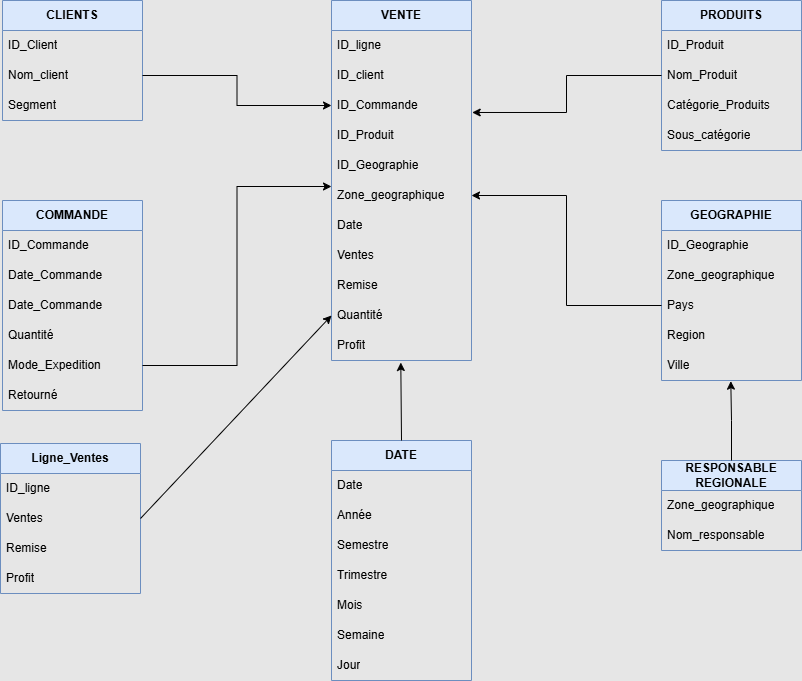
Above: Hypermarket Project/Resources/HypermarketDatamart.drawio.png in christart-code/BI (draw.io), before the change. Source tidied: cells renumbered, new cells last; positions are measured from the earlier drawing's top-left corner, leaving out a move shared by most shapes.
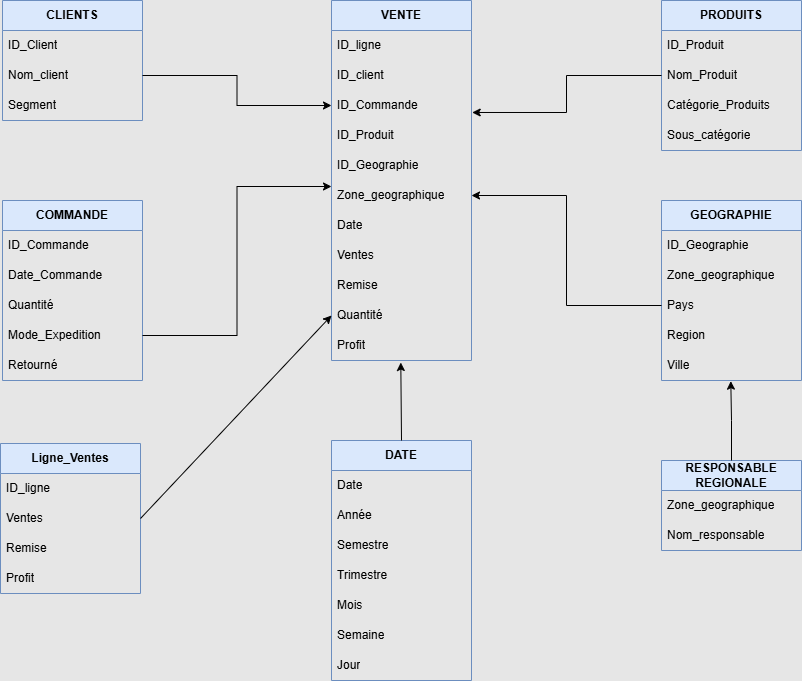
The same diagram one commit later.

Commit message:
Mettre à jour HypermarketDatamart.drawio.png

Change to the diagram source:
```diff
@@ -66,7 +66,7 @@
       <mxGeometry y="120" width="140" height="30" as="geometry" />
     </mxCell>
     <mxCell id="23" value="COMMANDE" style="swimlane;fontStyle=1;horizontal=1;startSize=30;whiteSpace=wrap;html=1;fillColor=#dae8fc;strokeColor=#6c8ebf;" parent="1" vertex="1">
-      <mxGeometry x="2" y="200" width="140" height="210" as="geometry" />
+      <mxGeometry x="2" y="200" width="140" height="180" as="geometry" />
     </mxCell>
     <mxCell id="24" value="ID_Commande" style="text;strokeColor=none;fillColor=none;align=left;verticalAlign=middle;spacingLeft=4;spacingRight=4;overflow=hidden;whiteSpace=wrap;html=1;" parent="23" vertex="1">
       <mxGeometry y="30" width="140" height="30" as="geometry" />
@@ -74,17 +74,14 @@
     <mxCell id="25" value="Date_Commande" style="text;strokeColor=none;fillColor=none;align=left;verticalAlign=middle;spacingLeft=4;spacingRight=4;overflow=hidden;whiteSpace=wrap;html=1;" parent="23" vertex="1">
       <mxGeometry y="60" width="140" height="30" as="geometry" />
     </mxCell>
-    <mxCell id="26" value="Date_Commande" style="text;strokeColor=none;fillColor=none;align=left;verticalAlign=middle;spacingLeft=4;spacingRight=4;overflow=hidden;whiteSpace=wrap;html=1;" parent="23" vertex="1">
-      <mxGeometry y="90" width="140" height="30" as="geometry" />
-    </mxCell>
     <mxCell id="27" value="Quantité" style="text;strokeColor=none;fillColor=none;align=left;verticalAlign=middle;spacingLeft=4;spacingRight=4;overflow=hidden;whiteSpace=wrap;html=1;" parent="23" vertex="1">
-      <mxGeometry y="120" width="140" height="30" as="geometry" />
+      <mxGeometry y="90" width="140" height="30" as="geometry" />
     </mxCell>
     <mxCell id="28" value="Mode_Expedition" style="text;strokeColor=none;fillColor=none;align=left;verticalAlign=middle;spacingLeft=4;spacingRight=4;overflow=hidden;points=[[0,0.5],[1,0.5]];portConstraint=eastwest;whiteSpace=wrap;html=1;" parent="23" vertex="1">
-      <mxGeometry y="150" width="140" height="30" as="geometry" />
+      <mxGeometry y="120" width="140" height="30" as="geometry" />
     </mxCell>
     <mxCell id="29" value="Retourné" style="text;strokeColor=none;fillColor=none;align=left;verticalAlign=middle;spacingLeft=4;spacingRight=4;overflow=hidden;whiteSpace=wrap;html=1;" parent="23" vertex="1">
-      <mxGeometry y="180" width="140" height="30" as="geometry" />
+      <mxGeometry y="150" width="140" height="30" as="geometry" />
     </mxCell>
     <mxCell id="30" value="GEOGRAPHIE" style="swimlane;fontStyle=1;horizontal=1;startSize=30;whiteSpace=wrap;html=1;fillColor=#dae8fc;strokeColor=#6c8ebf;" parent="1" vertex="1">
       <mxGeometry x="661" y="200" width="140" height="180" as="geometry" />
```
